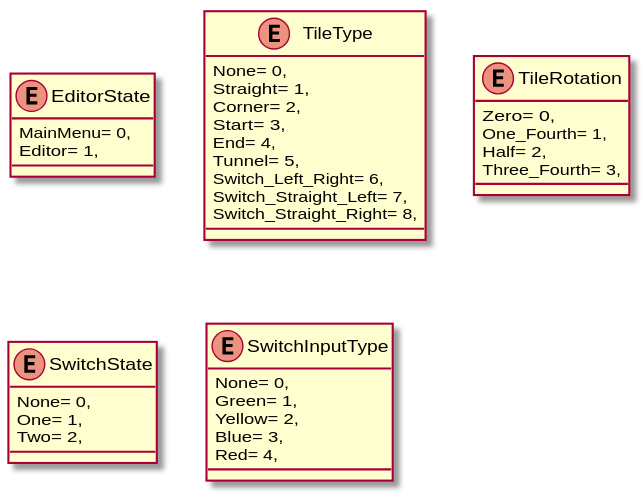
Before: UML/Loco_Loco_Editor/Assets/01_Scripts/Enums.svg, a diagram exported from PlantUML (Zaephus/Prod_Tools).
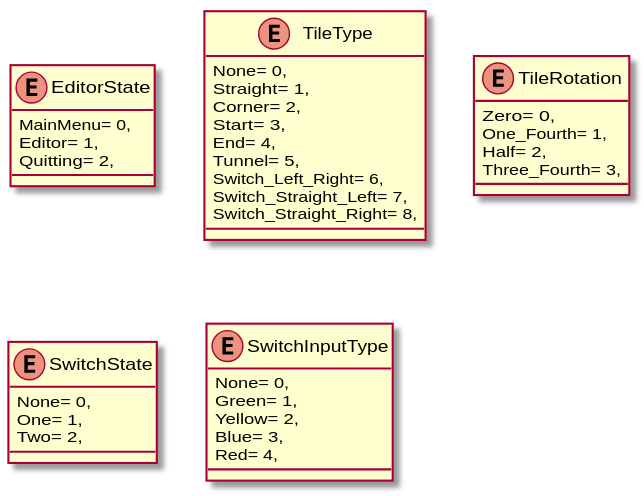
After the commit.

What changed in the source:
```diff
@@ -2,6 +2,7 @@
 enum EditorState {
     MainMenu= 0,
     Editor= 1,
+    Quitting= 2,
 }
 enum TileType {
     None= 0,
```
